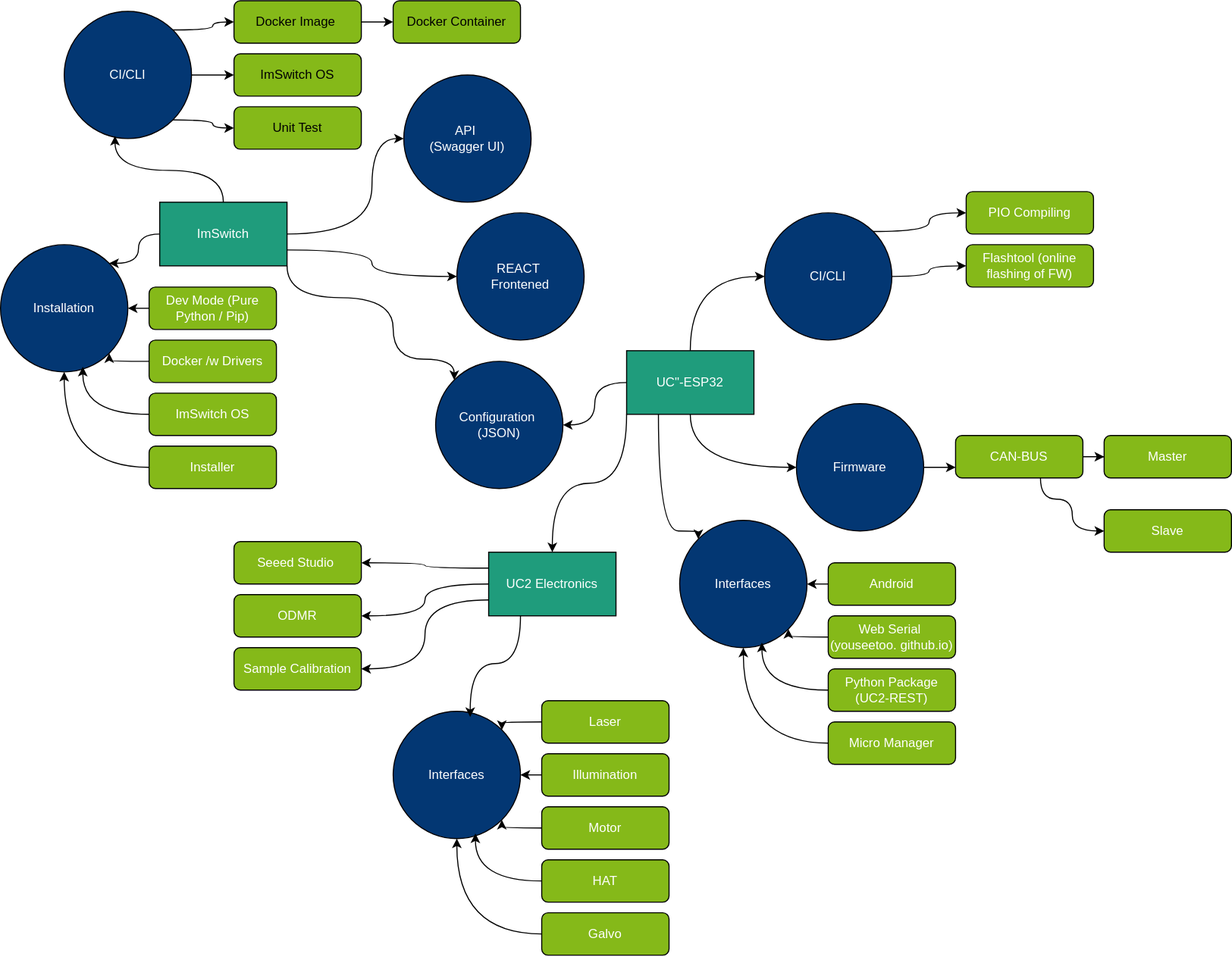
Above: docs/dev/sw/imswitch/IMAGES/openuc2_software_tree.svg in openUC2/openUC2.github.io (draw.io), before the change. Source tidied: cells renumbered, new cells last; positions are measured from the earlier drawing's top-left corner, leaving out a move shared by most shapes.
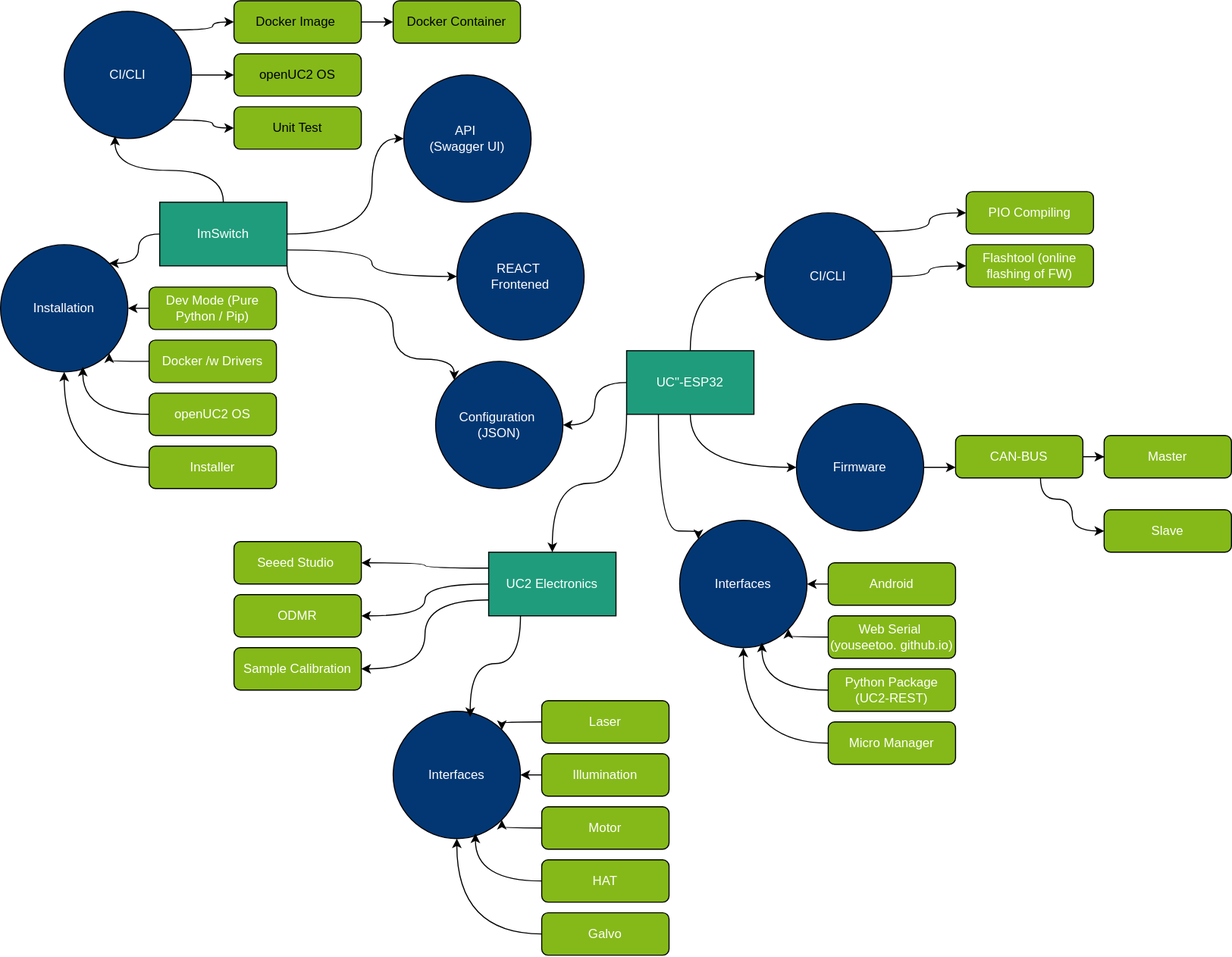
After the commit.

Commit message:
Rename "ImSwitch OS" to "openUC2 OS" (#35)

The edit, as a diff of the source:
```diff
@@ -20,7 +20,7 @@
     <mxCell id="7" value="Docker Image&amp;nbsp;" style="rounded=1;whiteSpace=wrap;html=1;fillColor=#85B919;" parent="1" vertex="1">
       <mxGeometry x="220" width="120" height="40" as="geometry" />
     </mxCell>
-    <mxCell id="8" value="ImSwitch OS" style="rounded=1;whiteSpace=wrap;html=1;fillColor=#85B919;" parent="1" vertex="1">
+    <mxCell id="8" value="openUC2 OS" style="rounded=1;whiteSpace=wrap;html=1;fillColor=#85B919;" parent="1" vertex="1">
       <mxGeometry x="220" y="50" width="120" height="40" as="geometry" />
     </mxCell>
     <mxCell id="9" value="Unit Test" style="rounded=1;whiteSpace=wrap;html=1;fillColor=#85B919;" parent="1" vertex="1">
@@ -64,7 +64,7 @@
     <mxCell id="18" value="&lt;font color=&quot;#ffffff&quot;&gt;Dev Mode (Pure Python / Pip)&lt;/font&gt;" style="rounded=1;whiteSpace=wrap;html=1;fillColor=#85B919;" parent="1" vertex="1">
       <mxGeometry x="140" y="270" width="120" height="40" as="geometry" />
     </mxCell>
-    <mxCell id="19" value="&lt;font color=&quot;#ffffff&quot;&gt;ImSwitch OS&lt;/font&gt;" style="rounded=1;whiteSpace=wrap;html=1;fillColor=#85B919;" parent="1" vertex="1">
+    <mxCell id="19" value="&lt;font color=&quot;#ffffff&quot;&gt;openUC2 OS&lt;/font&gt;" style="rounded=1;whiteSpace=wrap;html=1;fillColor=#85B919;" parent="1" vertex="1">
       <mxGeometry x="140" y="370" width="120" height="40" as="geometry" />
     </mxCell>
     <mxCell id="20" style="edgeStyle=orthogonalEdgeStyle;rounded=0;jettySize=auto;html=1;exitX=0;exitY=0.5;exitDx=0;exitDy=0;entryX=1;entryY=1;entryDx=0;entryDy=0;curved=1;" parent="1" edge="1" source="21" target="16">
```
